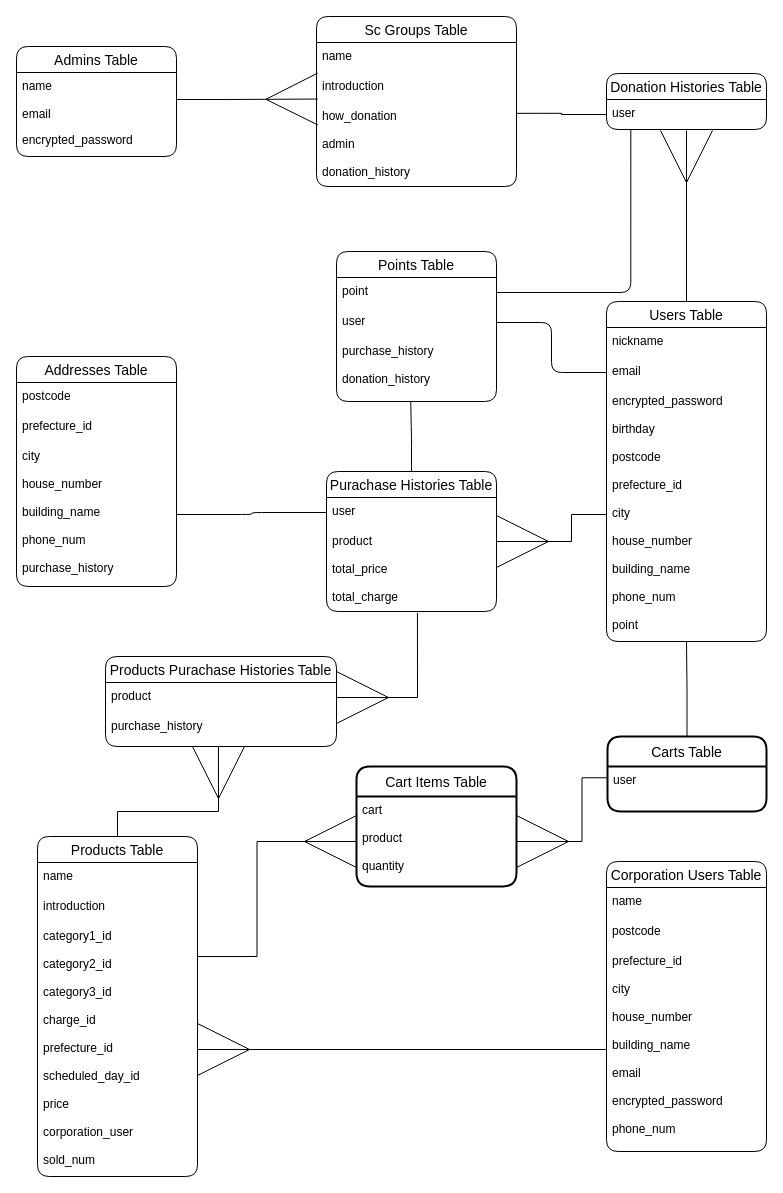
This is sc.dio from nishipee/sc_app, a draw.io file, before an edit. Source tidied: cells renumbered, new cells numbered last; positions are measured from the earlier drawing's top-left corner, leaving out a move shared by most shapes. Both pictures are drawn from the tidied source at 100%, with x=0, y=0 at pixel (16, 16).
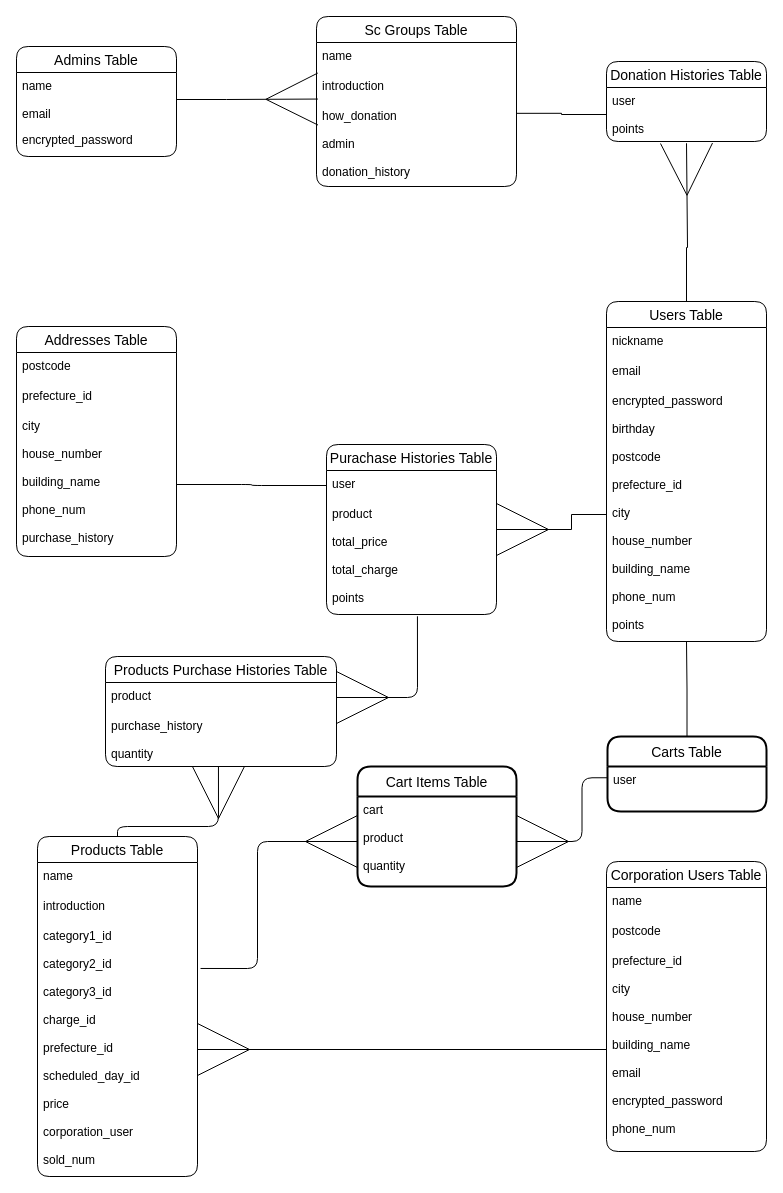
The same page after the edit.

The change refers to these unchanged cells:
```xml
<mxCell id="3" value="Users Table" style="swimlane;fontStyle=0;horizontal=1;startSize=26;align=center;fontSize=14;rounded=1;" parent="1" vertex="1">
  <mxGeometry x="590" y="285" width="160" height="340" as="geometry" />
</mxCell>
<mxCell id="5" value="email" style="text;strokeColor=none;fillColor=none;spacingLeft=4;spacingRight=4;overflow=hidden;points=[[0,0.5],[1,0.5]];portConstraint=eastwest;fontSize=12;" parent="3" vertex="1">
  <mxGeometry y="56" width="160" height="30" as="geometry" />
</mxCell>
<mxCell id="12" value="Products Table" style="swimlane;fontStyle=0;horizontal=1;startSize=26;align=center;fontSize=14;rounded=1;" parent="1" vertex="1">
  <mxGeometry x="21" y="820" width="160" height="340" as="geometry" />
</mxCell>
<mxCell id="15" value="category1_id&#10;&#10;category2_id&#10;&#10;category3_id&#10;&#10;charge_id&#10;&#10;prefecture_id&#10;&#10;scheduled_day_id&#10;&#10;price&#10;&#10;corporation_user&#10;&#10;sold_num" style="text;strokeColor=none;fillColor=none;spacingLeft=4;spacingRight=4;overflow=hidden;points=[[0,0.5],[1,0.5]];portConstraint=eastwest;fontSize=12;" parent="12" vertex="1">
  <mxGeometry y="86" width="160" height="254" as="geometry" />
</mxCell>
<mxCell id="46" value="user" style="align=left;strokeColor=none;fillColor=none;spacingLeft=4;fontSize=12;verticalAlign=top;" parent="45" vertex="1">
  <mxGeometry y="30" width="159" height="45" as="geometry" />
</mxCell>
<mxCell id="52" value="product" style="text;strokeColor=none;fillColor=none;spacingLeft=4;spacingRight=4;overflow=hidden;points=[[0,0.5],[1,0.5]];portConstraint=eastwest;fontSize=12;rounded=1;" parent="51" vertex="1">
  <mxGeometry y="26" width="231" height="30" as="geometry" />
</mxCell>
```

Diff of the diagram source:
```diff
@@
     <mxCell id="2" style="edgeStyle=orthogonalEdgeStyle;rounded=0;jettySize=auto;html=1;exitX=0.5;exitY=0;exitDx=0;exitDy=0;entryX=0.5;entryY=1.033;entryDx=0;entryDy=0;entryPerimeter=0;endArrow=ERmany;endFill=0;endSize=50;" parent="1" edge="1" source="3" target="36">
-      <mxGeometry relative="1" as="geometry" />
+      <mxGeometry relative="1" as="geometry">
+        <Array as="points">
+          <mxPoint x="670" y="231" />
+          <mxPoint x="671" y="231" />
+        </Array>
+      </mxGeometry>
     </mxCell>
@@
-    <mxCell id="6" value="encrypted_password&#10;&#10;birthday&#10;&#10;postcode&#10;&#10;prefecture_id&#10;&#10;city&#10;&#10;house_number&#10;&#10;building_name&#10;&#10;phone_num&#10;&#10;point" style="text;strokeColor=none;fillColor=none;spacingLeft=4;spacingRight=4;overflow=hidden;points=[[0,0.5],[1,0.5]];portConstraint=eastwest;fontSize=12;" parent="3" vertex="1">
+    <mxCell id="6" value="encrypted_password&#10;&#10;birthday&#10;&#10;postcode&#10;&#10;prefecture_id&#10;&#10;city&#10;&#10;house_number&#10;&#10;building_name&#10;&#10;phone_num&#10;&#10;points" style="text;strokeColor=none;fillColor=none;spacingLeft=4;spacingRight=4;overflow=hidden;points=[[0,0.5],[1,0.5]];portConstraint=eastwest;fontSize=12;" parent="3" vertex="1">
       <mxGeometry y="86" width="160" height="254" as="geometry" />
     </mxCell>
@@
-    <mxCell id="11" style="edgeStyle=orthogonalEdgeStyle;rounded=0;jettySize=auto;html=1;exitX=0.5;exitY=0;exitDx=0;exitDy=0;entryX=0.489;entryY=1;entryDx=0;entryDy=0;entryPerimeter=0;startArrow=none;startFill=0;endArrow=ERmany;endFill=0;endSize=50;" parent="1" edge="1" source="12" target="53">
-      <mxGeometry relative="1" as="geometry" />
+    <mxCell id="11" style="edgeStyle=orthogonalEdgeStyle;rounded=1;jettySize=auto;html=1;exitX=0.5;exitY=0;exitDx=0;exitDy=0;entryX=0.489;entryY=1;entryDx=0;entryDy=0;entryPerimeter=0;startArrow=none;startFill=0;endArrow=ERmany;endFill=0;endSize=50;" parent="1" edge="1" source="12" target="53">
+      <mxGeometry relative="1" as="geometry">
+        <Array as="points">
+          <mxPoint x="101" y="810" />
+          <mxPoint x="202" y="810" />
+        </Array>
+      </mxGeometry>
     </mxCell>
@@
-    <mxCell id="16" value="Points Table" style="swimlane;fontStyle=0;horizontal=1;startSize=26;align=center;fontSize=14;rounded=1;" parent="1" vertex="1">
-      <mxGeometry x="320" y="235" width="160" height="150" as="geometry" />
-    </mxCell>
-    <mxCell id="17" value="point" style="text;strokeColor=none;fillColor=none;spacingLeft=4;spacingRight=4;overflow=hidden;points=[[0,0.5],[1,0.5]];portConstraint=eastwest;fontSize=12;" parent="16" vertex="1">
-      <mxGeometry y="26" width="160" height="30" as="geometry" />
-    </mxCell>
-    <mxCell id="18" value="user" style="text;strokeColor=none;fillColor=none;spacingLeft=4;spacingRight=4;overflow=hidden;points=[[0,0.5],[1,0.5]];portConstraint=eastwest;fontSize=12;" parent="16" vertex="1">
-      <mxGeometry y="56" width="160" height="30" as="geometry" />
-    </mxCell>
-    <mxCell id="19" value="purchase_history&#10;&#10;donation_history" style="text;strokeColor=none;fillColor=none;spacingLeft=4;spacingRight=4;overflow=hidden;points=[[0,0.5],[1,0.5]];portConstraint=eastwest;fontSize=12;" parent="16" vertex="1">
-      <mxGeometry y="86" width="160" height="64" as="geometry" />
-    </mxCell>
-    <mxCell id="20" style="edgeStyle=orthogonalEdgeStyle;rounded=1;jettySize=auto;html=1;exitX=0.5;exitY=0;exitDx=0;exitDy=0;entryX=0.464;entryY=1;entryDx=0;entryDy=0;entryPerimeter=0;endArrow=none;endFill=0;endSize=50;" parent="1" edge="1" source="21" target="19">
-      <mxGeometry relative="1" as="geometry" />
-    </mxCell>
     <mxCell id="21" value="Purachase Histories Table" style="swimlane;fontStyle=0;horizontal=1;startSize=26;align=center;fontSize=14;rounded=1;" parent="1" vertex="1">
-      <mxGeometry x="310" y="455" width="170" height="140" as="geometry" />
+      <mxGeometry x="310" y="428" width="170" height="170" as="geometry" />
     </mxCell>
@@
-    <mxCell id="23" value="product&#10;&#10;total_price&#10;&#10;total_charge" style="text;strokeColor=none;fillColor=none;spacingLeft=4;spacingRight=4;overflow=hidden;points=[[0,0.5],[1,0.5]];portConstraint=eastwest;fontSize=12;" parent="21" vertex="1">
-      <mxGeometry y="56" width="170" height="84" as="geometry" />
+    <mxCell id="23" value="product&#10;&#10;total_price&#10;&#10;total_charge&#10;&#10;points" style="text;strokeColor=none;fillColor=none;spacingLeft=4;spacingRight=4;overflow=hidden;points=[[0,0.5],[1,0.5]];portConstraint=eastwest;fontSize=12;" parent="21" vertex="1">
+      <mxGeometry y="56" width="170" height="114" as="geometry" />
     </mxCell>
     <mxCell id="24" value="Addresses Table" style="swimlane;fontStyle=0;horizontal=1;startSize=26;align=center;fontSize=14;rounded=1;" parent="1" vertex="1">
-      <mxGeometry y="340" width="160" height="230" as="geometry" />
+      <mxGeometry y="310" width="160" height="230" as="geometry" />
     </mxCell>
@@
     <mxCell id="35" value="Donation Histories Table" style="swimlane;fontStyle=0;horizontal=1;startSize=26;align=center;fontSize=14;rounded=1;" parent="1" vertex="1">
-      <mxGeometry x="590" y="57" width="160" height="56" as="geometry" />
+      <mxGeometry x="590" y="45" width="160" height="80" as="geometry" />
     </mxCell>
-    <mxCell id="36" value="user" style="text;strokeColor=none;fillColor=none;spacingLeft=4;spacingRight=4;overflow=hidden;points=[[0,0.5],[1,0.5]];portConstraint=eastwest;fontSize=12;" parent="35" vertex="1">
-      <mxGeometry y="26" width="160" height="30" as="geometry" />
+    <mxCell id="36" value="user&#10;&#10;points" style="text;strokeColor=none;fillColor=none;spacingLeft=4;spacingRight=4;overflow=hidden;points=[[0,0.5],[1,0.5]];portConstraint=eastwest;fontSize=12;" parent="35" vertex="1">
+      <mxGeometry y="26" width="160" height="54" as="geometry" />
     </mxCell>
@@
-    <mxCell id="40" style="edgeStyle=orthogonalEdgeStyle;rounded=1;jettySize=auto;html=1;exitX=0;exitY=0.5;exitDx=0;exitDy=0;entryX=1;entryY=0.5;entryDx=0;entryDy=0;endArrow=none;endFill=0;endSize=50;" parent="1" edge="1" source="5" target="18">
-      <mxGeometry relative="1" as="geometry" />
-    </mxCell>
@@
-    <mxCell id="43" style="edgeStyle=orthogonalEdgeStyle;rounded=1;jettySize=auto;html=1;exitX=1;exitY=0.5;exitDx=0;exitDy=0;entryX=0.152;entryY=0.986;entryDx=0;entryDy=0;entryPerimeter=0;endArrow=none;endFill=0;endSize=50;" parent="1" edge="1" source="17" target="36">
-      <mxGeometry relative="1" as="geometry" />
-    </mxCell>
@@
     <mxCell id="47" value="Cart Items Table" style="swimlane;horizontal=1;startSize=30;rounded=1;fontSize=14;fontStyle=0;strokeWidth=2;shadow=0;dashed=0;align=center;" parent="1" vertex="1">
-      <mxGeometry x="340" y="750" width="160" height="120" as="geometry" />
+      <mxGeometry x="341" y="750" width="159" height="120" as="geometry" />
     </mxCell>
     <mxCell id="48" value="cart&#10;&#10;product&#10;&#10;quantity" style="align=left;strokeColor=none;fillColor=none;spacingLeft=4;fontSize=12;verticalAlign=top;" parent="47" vertex="1">
-      <mxGeometry y="30" width="160" height="90" as="geometry" />
+      <mxGeometry y="30" width="159" height="90" as="geometry" />
     </mxCell>
-    <mxCell id="49" style="edgeStyle=orthogonalEdgeStyle;rounded=0;jettySize=auto;html=1;exitX=0;exitY=0.25;exitDx=0;exitDy=0;entryX=1;entryY=0.5;entryDx=0;entryDy=0;endArrow=ERmany;endFill=0;endSize=50;" parent="1" edge="1" source="46" target="48">
+    <mxCell id="49" style="edgeStyle=orthogonalEdgeStyle;rounded=1;jettySize=auto;html=1;exitX=0;exitY=0.25;exitDx=0;exitDy=0;entryX=1;entryY=0.5;entryDx=0;entryDy=0;endArrow=ERmany;endFill=0;endSize=50;" parent="1" edge="1" source="46" target="48">
       <mxGeometry relative="1" as="geometry" />
     </mxCell>
-    <mxCell id="50" style="edgeStyle=orthogonalEdgeStyle;rounded=0;jettySize=auto;html=1;exitX=0;exitY=0.5;exitDx=0;exitDy=0;entryX=1;entryY=0.134;entryDx=0;entryDy=0;entryPerimeter=0;startArrow=ERmany;startFill=0;endSize=6;startSize=50;endArrow=none;endFill=0;" parent="1" edge="1" source="48" target="15">
+    <mxCell id="50" style="edgeStyle=orthogonalEdgeStyle;rounded=1;jettySize=auto;html=1;exitX=0;exitY=0.5;exitDx=0;exitDy=0;entryX=1;entryY=0.134;entryDx=0;entryDy=0;entryPerimeter=0;startArrow=ERmany;startFill=0;endSize=6;startSize=50;endArrow=none;endFill=0;strokeColor=none;" parent="1" edge="1" source="48" target="15">
       <mxGeometry relative="1" as="geometry" />
     </mxCell>
-    <mxCell id="51" value="Products Purachase Histories Table" style="swimlane;fontStyle=0;horizontal=1;startSize=26;align=center;fontSize=14;rounded=1;" parent="1" vertex="1">
-      <mxGeometry x="89" y="640" width="231" height="90" as="geometry" />
+    <mxCell id="51" value="Products Purchase Histories Table" style="swimlane;fontStyle=0;horizontal=1;startSize=26;align=center;fontSize=14;rounded=1;" parent="1" vertex="1">
+      <mxGeometry x="89" y="640" width="231" height="110" as="geometry" />
     </mxCell>
@@
-    <mxCell id="53" value="purchase_history" style="text;strokeColor=none;fillColor=none;spacingLeft=4;spacingRight=4;overflow=hidden;points=[[0,0.5],[1,0.5]];portConstraint=eastwest;fontSize=12;" parent="51" vertex="1">
-      <mxGeometry y="56" width="231" height="34" as="geometry" />
+    <mxCell id="53" value="purchase_history&#10;&#10;quantity" style="text;strokeColor=none;fillColor=none;spacingLeft=4;spacingRight=4;overflow=hidden;points=[[0,0.5],[1,0.5]];portConstraint=eastwest;fontSize=12;" parent="51" vertex="1">
+      <mxGeometry y="56" width="231" height="54" as="geometry" />
     </mxCell>
-    <mxCell id="54" style="edgeStyle=orthogonalEdgeStyle;rounded=0;jettySize=auto;html=1;exitX=1;exitY=0.5;exitDx=0;exitDy=0;startArrow=ERmany;startFill=0;endArrow=none;endFill=0;endSize=50;startSize=50;entryX=0.535;entryY=1.016;entryDx=0;entryDy=0;entryPerimeter=0;" parent="1" edge="1" source="52" target="23">
+    <mxCell id="54" style="edgeStyle=orthogonalEdgeStyle;rounded=1;jettySize=auto;html=1;exitX=1;exitY=0.5;exitDx=0;exitDy=0;startArrow=ERmany;startFill=0;endArrow=none;endFill=0;endSize=50;startSize=50;entryX=0.535;entryY=1.016;entryDx=0;entryDy=0;entryPerimeter=0;" parent="1" edge="1" source="52" target="23">
       <mxGeometry relative="1" as="geometry">
         <Array as="points">
           <mxPoint x="401" y="681" />
         </Array>
       </mxGeometry>
     </mxCell>
+    <mxCell id="55" style="edgeStyle=orthogonalEdgeStyle;rounded=1;jettySize=auto;html=1;exitX=0;exitY=0.5;exitDx=0;exitDy=0;entryX=1.019;entryY=0.181;entryDx=0;entryDy=0;entryPerimeter=0;startArrow=ERmany;startFill=0;startSize=50;endArrow=none;endFill=0;" parent="1" edge="1" source="48" target="15">
+      <mxGeometry relative="1" as="geometry" />
+    </mxCell>
```
